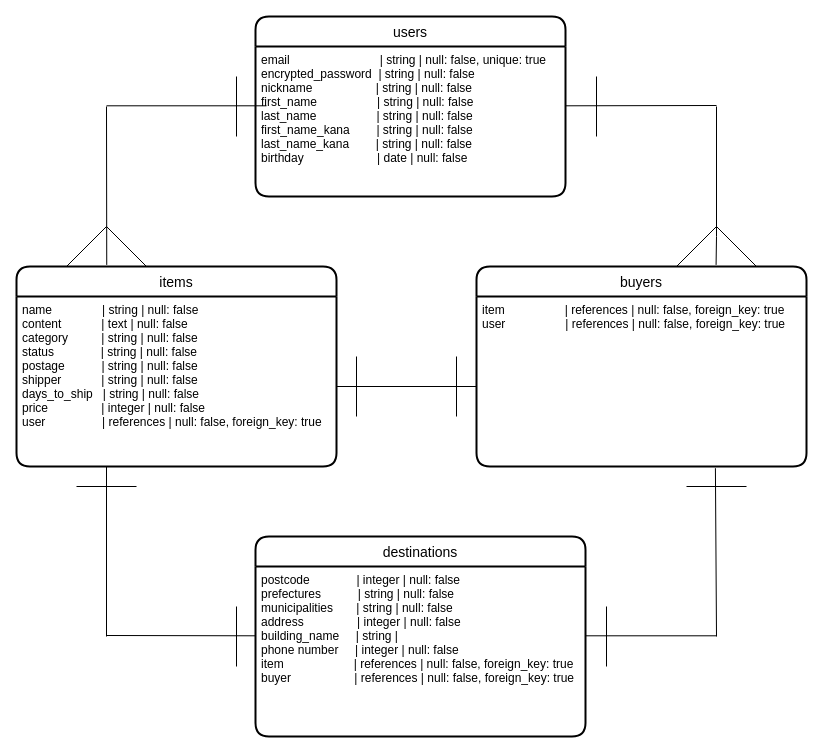
keima-d08/furima-37649 keeps this draw.io diagram as furima.dio. Above is the earlier version. Source tidied: cells renumbered, new cells numbered last; positions are measured from the earlier drawing's top-left corner, leaving out a move shared by most shapes. Both pictures are drawn from the tidied source at 100%, with x=0, y=0 at pixel (16, 16).
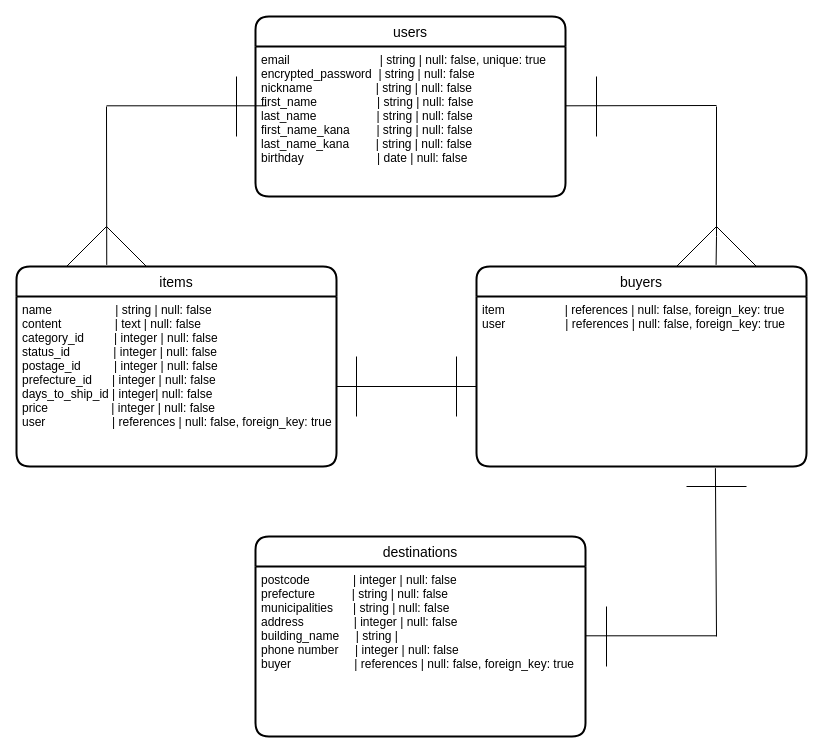
The same page after the edit.

Unchanged cells that the change refers to:
```xml
<mxCell id="4" value="items" style="swimlane;horizontal=1;startSize=30;rounded=1;fontSize=14;fontStyle=0;strokeWidth=2;shadow=0;dashed=0;align=center;" parent="1" vertex="1">
  <mxGeometry y="250" width="320" height="200" as="geometry" />
</mxCell>
<mxCell id="18" value="destinations" style="swimlane;horizontal=1;startSize=30;rounded=1;fontSize=14;fontStyle=0;strokeWidth=2;shadow=0;dashed=0;align=center;" parent="1" vertex="1">
  <mxGeometry x="239" y="520" width="330" height="200" as="geometry" />
</mxCell>
```

Change to the diagram source:
```diff
@@
-    <mxCell id="5" value="name               | string            |  null: false&#10;content            | text              |  null: false&#10;category          | string            |  null: false&#10;status              | string            |  null: false&#10;postage           | string            |  null: false&#10;shipper            | string            |  null: false&#10;days_to_ship   | string            |  null: false&#10;price                | integer           |  null: false&#10;user                 | references        |  null: false, foreign_key: true " style="align=left;strokeColor=none;fillColor=none;spacingLeft=4;fontSize=12;verticalAlign=top;" parent="4" vertex="1">
+    <mxCell id="5" value="name                   | string            |  null: false&#10;content                | text              |  null: false&#10;category_id         | integer |  null: false&#10;status_id             | integer |  null: false&#10;postage_id          | integer |  null: false&#10;prefecture_id      | integer |  null: false&#10;days_to_ship_id | integer|  null: false&#10;price                   | integer           |  null: false&#10;user                    | references        |  null: false, foreign_key: true " style="align=left;strokeColor=none;fillColor=none;spacingLeft=4;fontSize=12;verticalAlign=top;" parent="4" vertex="1">
       <mxGeometry y="30" width="320" height="170" as="geometry" />
     </mxCell>
@@
-    <mxCell id="19" value="postcode              | integer           |  null: false &#10;prefectures           | string            |  null: false &#10;municipalities       | string            |  null: false &#10;address                | integer           |  null: false &#10;building_name     | string            | &#10;phone number     | integer           |  null: false &#10;item                     | references        |  null: false, foreign_key: true&#10;buyer                   | references        |  null: false, foreign_key: true " style="align=left;strokeColor=none;fillColor=none;spacingLeft=4;fontSize=12;verticalAlign=top;" parent="18" vertex="1">
+    <mxCell id="19" value="postcode             | integer           |  null: false &#10;prefecture           | string            |  null: false &#10;municipalities      | string            |  null: false &#10;address               | integer           |  null: false &#10;building_name     | string            | &#10;phone number     | integer           |  null: false &#10;buyer                   | references        |  null: false, foreign_key: true " style="align=left;strokeColor=none;fillColor=none;spacingLeft=4;fontSize=12;verticalAlign=top;" parent="18" vertex="1">
       <mxGeometry y="30" width="330" height="170" as="geometry" />
     </mxCell>
@@
-    <mxCell id="22" style="endArrow=none;html=1;rounded=0;strokeColor=default;" parent="1" edge="1">
-      <mxGeometry relative="1" as="geometry">
-        <mxPoint x="90" y="619" as="sourcePoint" />
-        <mxPoint x="239" y="619.3" as="targetPoint" />
-      </mxGeometry>
-    </mxCell>
-    <mxCell id="23" style="endArrow=none;html=1;rounded=0;strokeColor=default;" parent="1" edge="1">
-      <mxGeometry relative="1" as="geometry">
-        <mxPoint x="90" y="450" as="sourcePoint" />
-        <mxPoint x="90" y="620" as="targetPoint" />
-      </mxGeometry>
-    </mxCell>
@@
-    <mxCell id="26" style="endArrow=none;html=1;rounded=0;strokeColor=default;" parent="1" edge="1">
-      <mxGeometry relative="1" as="geometry">
-        <mxPoint x="60" y="470" as="sourcePoint" />
-        <mxPoint x="120" y="470" as="targetPoint" />
-      </mxGeometry>
-    </mxCell>
@@
-    <mxCell id="28" style="endArrow=none;html=1;rounded=0;strokeColor=default;" parent="1" edge="1">
-      <mxGeometry relative="1" as="geometry">
-        <mxPoint x="220" y="650" as="sourcePoint" />
-        <mxPoint x="220" y="590" as="targetPoint" />
-      </mxGeometry>
-    </mxCell>
```
